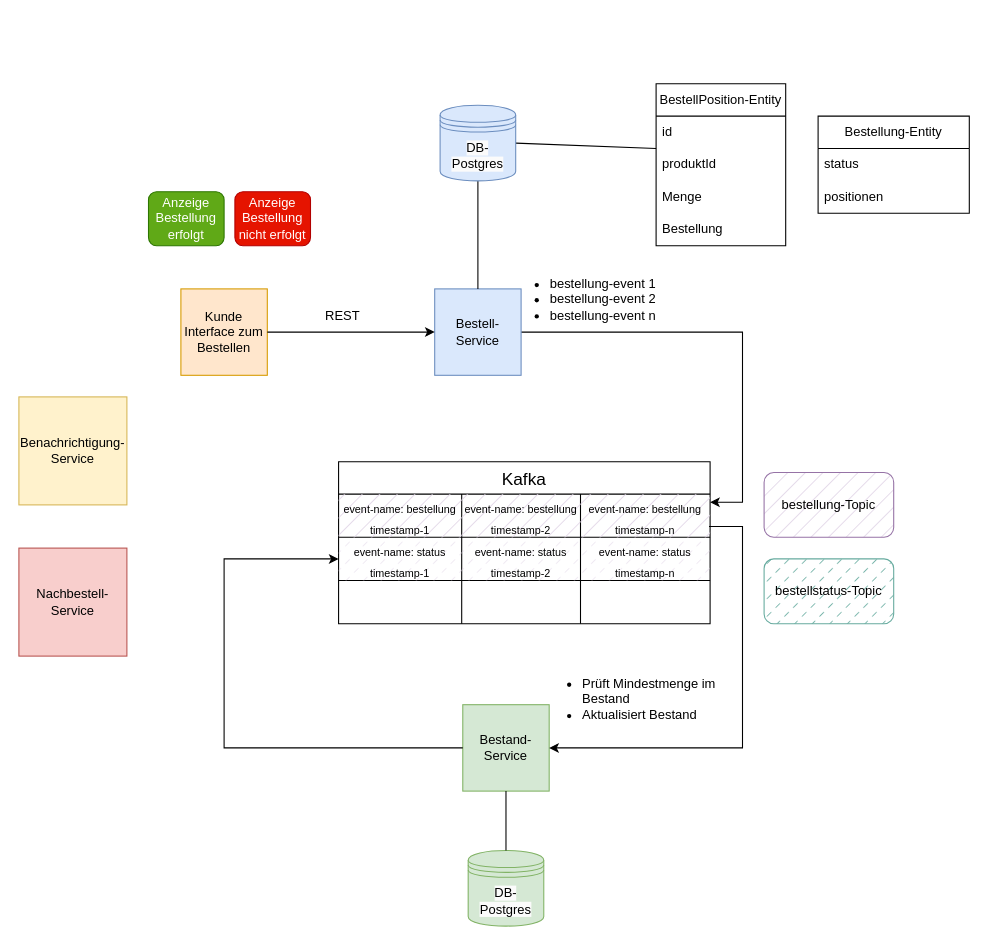
Earlier version of the draw.io diagram docs/bestandsverwaltung.drawio (taltiner/bestandsverwaltungssystem). Source tidied: cells renumbered, new cells numbered last; positions are measured from the earlier drawing's top-left corner, leaving out a move shared by most shapes. Both pictures are drawn from the tidied source at 108%, with x=0, y=0 at pixel (18, 83).
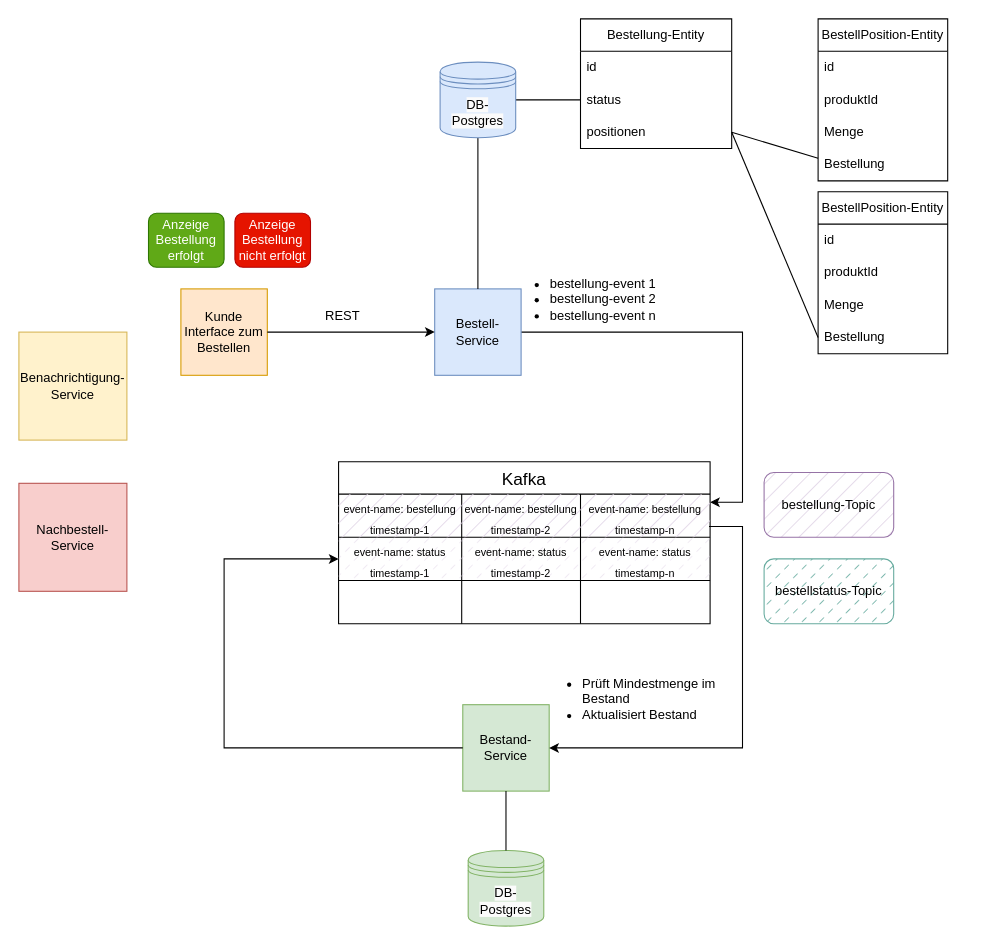
The same diagram, later.

The change refers to these unchanged cells:
```xml
<mxCell id="9" value="produktId" style="text;strokeColor=none;fillColor=none;align=left;verticalAlign=middle;spacingLeft=4;spacingRight=4;overflow=hidden;points=[[0,0.5],[1,0.5]];portConstraint=eastwest;whiteSpace=wrap;html=1;" parent="7" vertex="1">
  <mxGeometry y="60" width="120" height="30" as="geometry" />
</mxCell>
<mxCell id="11" value="Bestellung" style="text;strokeColor=none;fillColor=none;align=left;verticalAlign=middle;spacingLeft=4;spacingRight=4;overflow=hidden;points=[[0,0.5],[1,0.5]];portConstraint=eastwest;whiteSpace=wrap;html=1;" parent="7" vertex="1">
  <mxGeometry y="120" width="120" height="30" as="geometry" />
</mxCell>
```

Diff of the diagram source:
```diff
@@
     <mxCell id="7" value="BestellPosition-Entity" style="swimlane;fontStyle=0;horizontal=1;startSize=30;whiteSpace=wrap;html=1;" parent="1" vertex="1">
-      <mxGeometry x="590" width="120" height="150" as="geometry" />
+      <mxGeometry x="740" y="-60" width="120" height="150" as="geometry" />
     </mxCell>
@@
-    <mxCell id="12" style="endArrow=none;html=1;rounded=0;entryX=0;entryY=0;entryDx=0;entryDy=0;entryPerimeter=0;exitX=1;exitY=0.5;exitDx=0;exitDy=0;" parent="1" edge="1" source="16" target="9">
-      <mxGeometry relative="1" as="geometry" />
-    </mxCell>
     <mxCell id="13" value="Bestellung-Entity" style="swimlane;fontStyle=0;horizontal=1;startSize=30;whiteSpace=wrap;html=1;" parent="1" vertex="1">
-      <mxGeometry x="740" y="30" width="140" height="90" as="geometry" />
+      <mxGeometry x="520" y="-60" width="140" height="120" as="geometry" />
     </mxCell>
+    <mxCell id="45" value="id" style="text;strokeColor=none;fillColor=none;align=left;verticalAlign=middle;spacingLeft=4;spacingRight=4;overflow=hidden;whiteSpace=wrap;html=1;" parent="13" vertex="1">
+      <mxGeometry y="30" width="140" height="30" as="geometry" />
+    </mxCell>
     <mxCell id="14" value="status" style="text;strokeColor=none;fillColor=none;align=left;verticalAlign=middle;spacingLeft=4;spacingRight=4;overflow=hidden;points=[[0,0.5],[1,0.5]];portConstraint=eastwest;whiteSpace=wrap;html=1;" parent="13" vertex="1">
-      <mxGeometry y="30" width="140" height="30" as="geometry" />
+      <mxGeometry y="60" width="140" height="30" as="geometry" />
     </mxCell>
     <mxCell id="15" value="positionen" style="text;strokeColor=none;fillColor=none;align=left;verticalAlign=middle;spacingLeft=4;spacingRight=4;overflow=hidden;points=[[0,0.5],[1,0.5]];portConstraint=eastwest;whiteSpace=wrap;html=1;" parent="13" vertex="1">
-      <mxGeometry y="60" width="140" height="30" as="geometry" />
+      <mxGeometry y="90" width="140" height="30" as="geometry" />
     </mxCell>
+    <mxCell id="46" style="edgeStyle=none;rounded=0;jettySize=auto;html=1;exitX=1;exitY=0.5;exitDx=0;exitDy=0;entryX=0;entryY=0.5;entryDx=0;entryDy=0;endArrow=none;endFill=0;" parent="1" edge="1" source="16" target="14">
+      <mxGeometry relative="1" as="geometry" />
+    </mxCell>
     <mxCell id="16" value="&lt;span style=&quot;color: rgb(0, 0, 0); font-family: Helvetica; font-size: 12px; font-style: normal; font-variant-ligatures: normal; font-variant-caps: normal; font-weight: 400; letter-spacing: normal; orphans: 2; text-align: center; text-indent: 0px; text-transform: none; widows: 2; word-spacing: 0px; -webkit-text-stroke-width: 0px; white-space: normal; background-color: rgb(251, 251, 251); text-decoration-thickness: initial; text-decoration-style: initial; text-decoration-color: initial; display: inline !important; float: none;&quot;&gt;DB-Postgres&lt;/span&gt;" style="shape=datastore;whiteSpace=wrap;html=1;fillColor=#dae8fc;strokeColor=#6c8ebf;" parent="1" vertex="1">
-      <mxGeometry x="390" y="20" width="70" height="70" as="geometry" />
+      <mxGeometry x="390" y="-20" width="70" height="70" as="geometry" />
     </mxCell>
@@
     <mxCell id="39" value="&lt;font&gt;Anzeige Bestellung erfolgt&lt;/font&gt;" style="rounded=1;whiteSpace=wrap;html=1;fillColor=#60a917;fontColor=#ffffff;strokeColor=#2D7600;" parent="1" vertex="1">
-      <mxGeometry x="120" y="100" width="70" height="50" as="geometry" />
+      <mxGeometry x="120" y="120" width="70" height="50" as="geometry" />
     </mxCell>
     <mxCell id="40" value="&lt;font&gt;Anzeige Bestellung nicht erfolgt&lt;/font&gt;" style="rounded=1;whiteSpace=wrap;html=1;fillColor=#e51400;fontColor=#ffffff;strokeColor=#B20000;" parent="1" vertex="1">
-      <mxGeometry x="200" y="100" width="70" height="50" as="geometry" />
+      <mxGeometry x="200" y="120" width="70" height="50" as="geometry" />
     </mxCell>
     <mxCell id="41" value="Benachrichtigung-Service" style="whiteSpace=wrap;html=1;fillColor=#fff2cc;strokeColor=#d6b656;" parent="1" vertex="1">
-      <mxGeometry y="290" width="100" height="100" as="geometry" />
+      <mxGeometry y="230" width="100" height="100" as="geometry" />
     </mxCell>
@@
     <mxCell id="44" value="Nachbestell-Service" style="whiteSpace=wrap;html=1;fillColor=#f8cecc;strokeColor=#b85450;" parent="1" vertex="1">
-      <mxGeometry y="430" width="100" height="100" as="geometry" />
+      <mxGeometry y="370" width="100" height="100" as="geometry" />
     </mxCell>
+    <mxCell id="47" style="edgeStyle=none;rounded=0;jettySize=auto;html=1;exitX=1;exitY=0.5;exitDx=0;exitDy=0;entryX=0;entryY=0.3;entryDx=0;entryDy=0;entryPerimeter=0;endArrow=none;endFill=0;" parent="1" edge="1" source="15" target="11">
+      <mxGeometry relative="1" as="geometry" />
+    </mxCell>
+    <mxCell id="48" value="BestellPosition-Entity" style="swimlane;fontStyle=0;horizontal=1;startSize=30;whiteSpace=wrap;html=1;" parent="1" vertex="1">
+      <mxGeometry x="740" y="100" width="120" height="150" as="geometry" />
+    </mxCell>
+    <mxCell id="49" value="id" style="text;strokeColor=none;fillColor=none;align=left;verticalAlign=middle;spacingLeft=4;spacingRight=4;overflow=hidden;whiteSpace=wrap;html=1;" parent="48" vertex="1">
+      <mxGeometry y="30" width="120" height="30" as="geometry" />
+    </mxCell>
+    <mxCell id="50" value="produktId" style="text;strokeColor=none;fillColor=none;align=left;verticalAlign=middle;spacingLeft=4;spacingRight=4;overflow=hidden;whiteSpace=wrap;html=1;" parent="48" vertex="1">
+      <mxGeometry y="60" width="120" height="30" as="geometry" />
+    </mxCell>
+    <mxCell id="51" value="Menge" style="text;strokeColor=none;fillColor=none;align=left;verticalAlign=middle;spacingLeft=4;spacingRight=4;overflow=hidden;whiteSpace=wrap;html=1;" parent="48" vertex="1">
+      <mxGeometry y="90" width="120" height="30" as="geometry" />
+    </mxCell>
+    <mxCell id="52" value="Bestellung" style="text;strokeColor=none;fillColor=none;align=left;verticalAlign=middle;spacingLeft=4;spacingRight=4;overflow=hidden;points=[[0,0.5],[1,0.5]];portConstraint=eastwest;whiteSpace=wrap;html=1;" parent="48" vertex="1">
+      <mxGeometry y="120" width="120" height="30" as="geometry" />
+    </mxCell>
+    <mxCell id="53" style="edgeStyle=none;rounded=0;jettySize=auto;html=1;exitX=1;exitY=0.5;exitDx=0;exitDy=0;entryX=0;entryY=0.5;entryDx=0;entryDy=0;endArrow=none;endFill=0;" parent="1" edge="1" source="15" target="52">
+      <mxGeometry relative="1" as="geometry" />
+    </mxCell>
```
